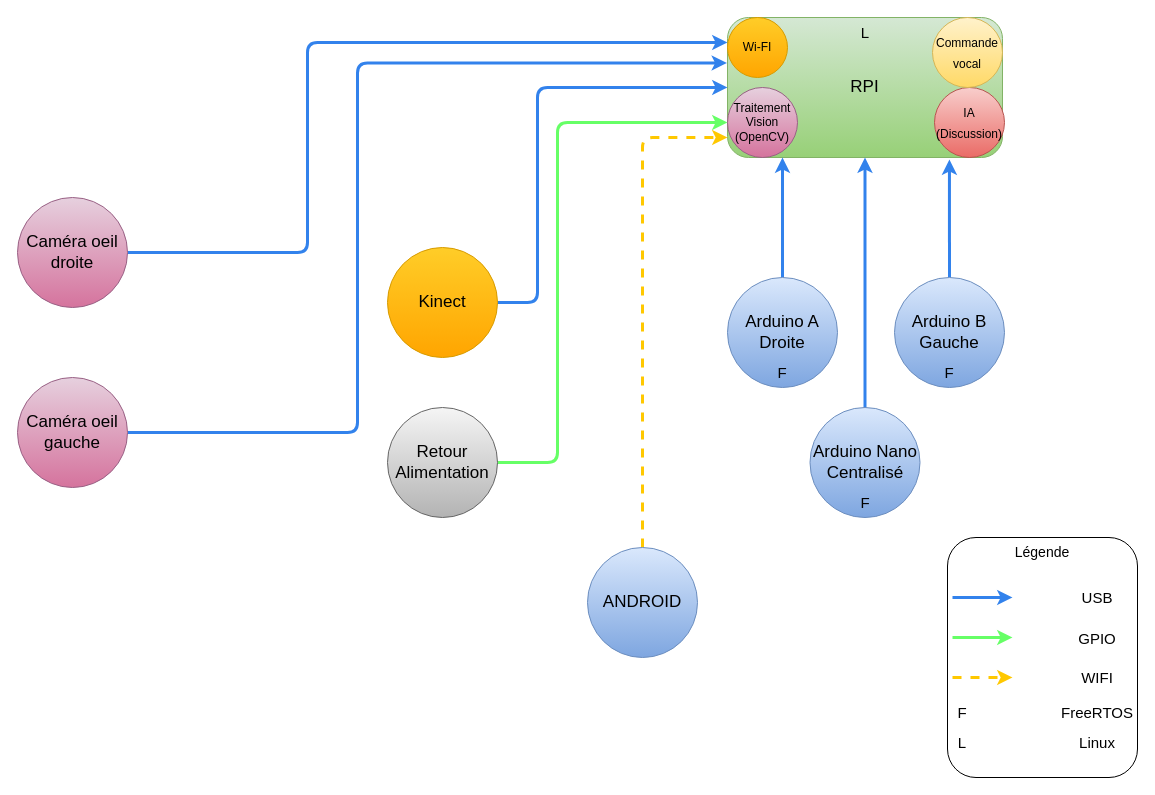
This is page "Schéma connection physique" (2 of 4) of 01 - Etude/Diagrammes système.drawio from QGim/OS_InMoov, a draw.io file, before an edit. Source tidied: cells renumbered, new cells numbered last; positions are measured from the earlier drawing's top-left corner, leaving out a move shared by most shapes. Both pictures are drawn from the tidied source at 100%, with x=0, y=0 at pixel (17, 17).
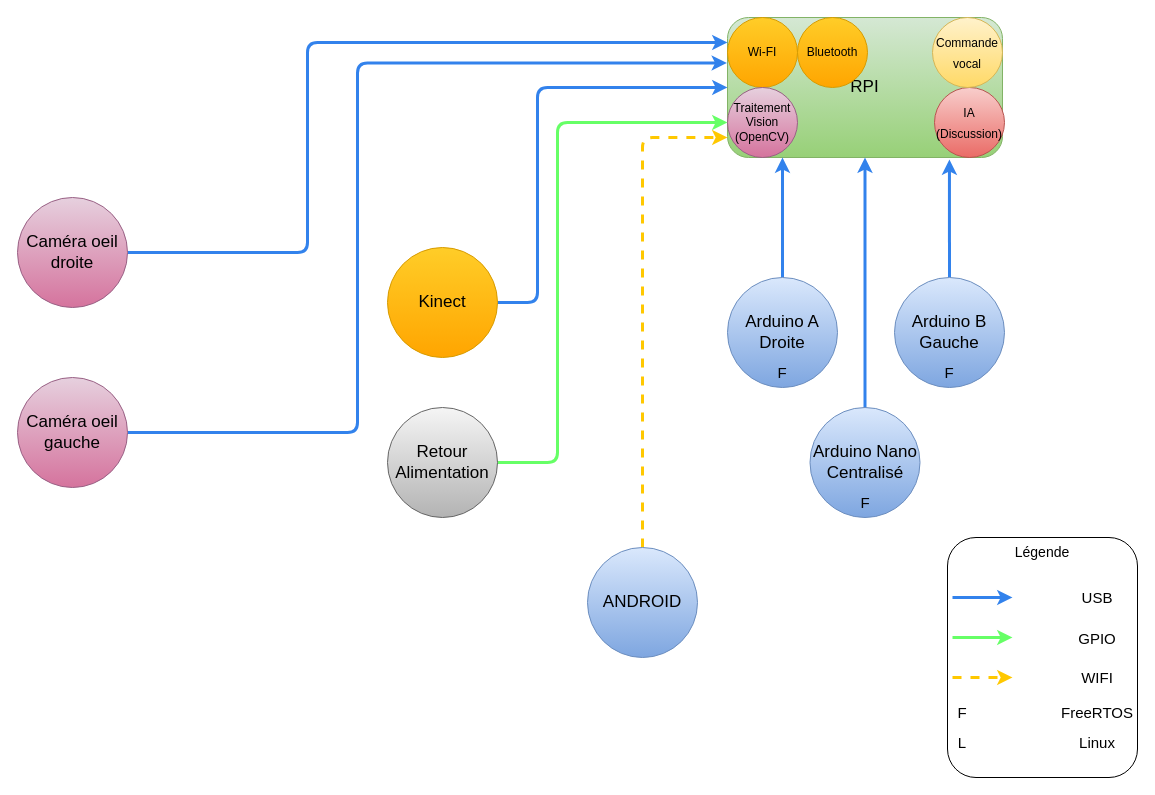
The same page after the edit.

Diff of the diagram source:
```diff
@@
     <mxCell id="22" value="Wi-FI" style="ellipse;whiteSpace=wrap;html=1;rounded=1;fontSize=12;fillColor=#ffcd28;gradientColor=#ffa500;strokeColor=#d79b00;" parent="1" vertex="1">
-      <mxGeometry x="710" width="60" height="60" as="geometry" />
+      <mxGeometry x="710" width="70" height="70" as="geometry" />
     </mxCell>
@@
-    <mxCell id="34" value="L" style="text;html=1;strokeColor=none;fillColor=none;align=center;verticalAlign=middle;whiteSpace=wrap;rounded=0;fontSize=15;" parent="1" vertex="1">
-      <mxGeometry x="832.5" width="30" height="30" as="geometry" />
-    </mxCell>
@@
+    <mxCell id="39" value="Bluetooth" style="ellipse;whiteSpace=wrap;html=1;rounded=1;fontSize=12;fillColor=#ffcd28;gradientColor=#ffa500;strokeColor=#d79b00;" parent="1" vertex="1">
+      <mxGeometry x="780" width="70" height="70" as="geometry" />
+    </mxCell>
```
